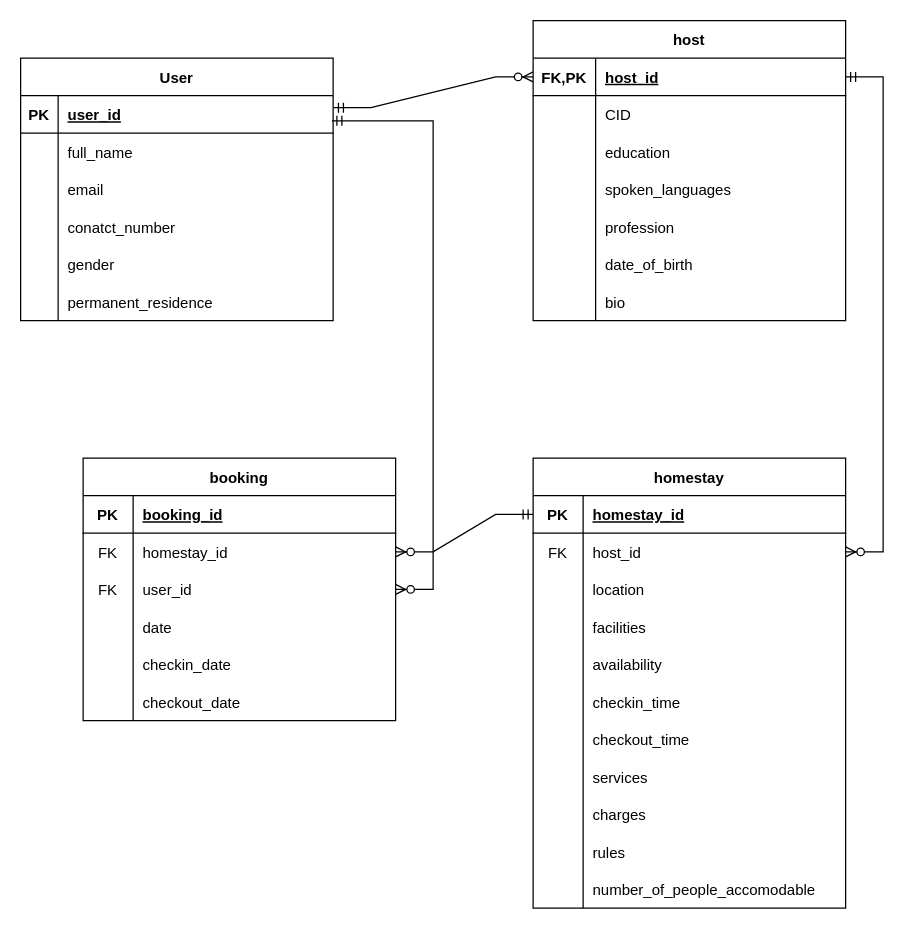
Earlier version of the draw.io diagram database/ERD.drawio (tenze21/homestay-booking-app-). Source tidied: cells renumbered, new cells numbered last; positions are measured from the earlier drawing's top-left corner, leaving out a move shared by most shapes. Both pictures are drawn from the tidied source at 125%, with x=0, y=0 at pixel (20, 20).
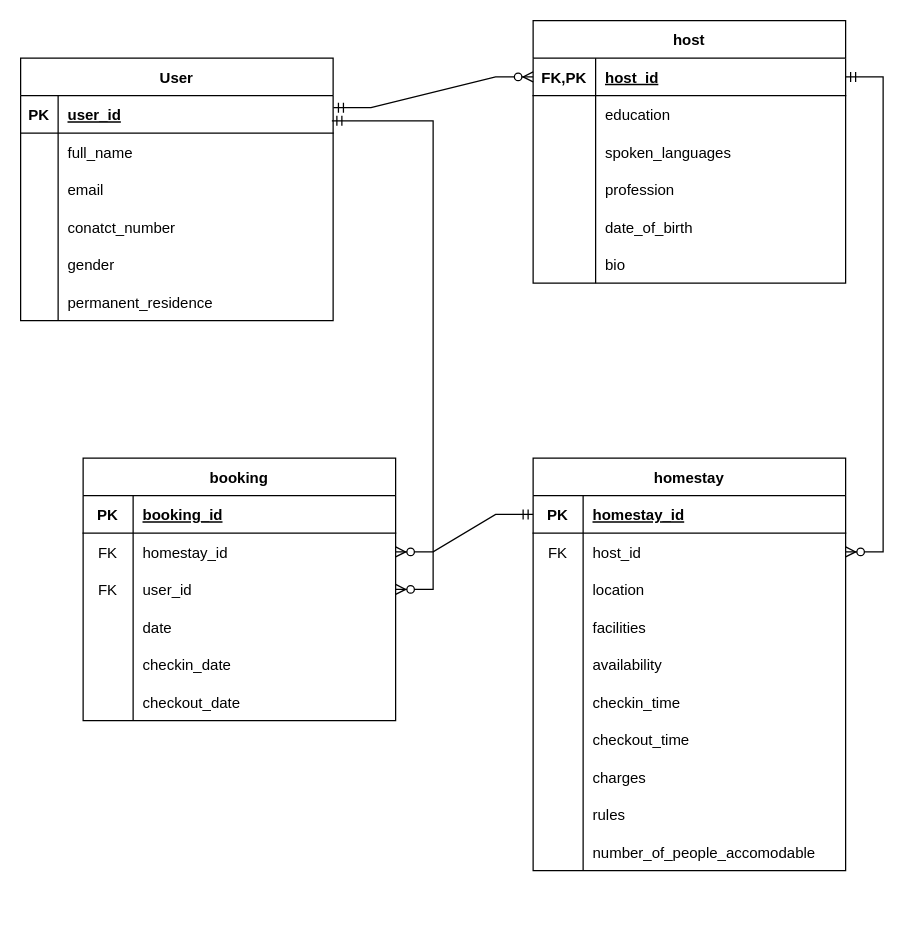
Above is the later version.

Diff of the diagram source:
```diff
@@
     <mxCell id="21" value="host" style="shape=table;startSize=30;childLayout=tableLayout;rowLines=0;fontStyle=1;align=center;" parent="1" vertex="1">
-      <mxGeometry x="410" width="250" height="240" as="geometry" />
+      <mxGeometry x="410" width="250" height="210" as="geometry" />
     </mxCell>
@@
-    <mxCell id="25" style="shape=partialRectangle;fillColor=none;top=0;left=0;right=0;bottom=0;" parent="21" vertex="1">
-      <mxGeometry y="60" width="250" height="30" as="geometry" />
-    </mxCell>
-    <mxCell id="26" style="shape=partialRectangle;overflow=hidden;fillColor=none;top=0;left=0;bottom=0;right=0;" parent="25" vertex="1">
-      <mxGeometry width="50" height="30" as="geometry" />
-    </mxCell>
-    <mxCell id="27" value="CID" style="shape=partialRectangle;overflow=hidden;fillColor=none;top=0;left=0;bottom=0;right=0;align=left;spacingLeft=6;" parent="25" vertex="1">
-      <mxGeometry x="50" width="200" height="30" as="geometry" />
-    </mxCell>
     <mxCell id="28" style="shape=partialRectangle;fillColor=none;top=0;left=0;right=0;bottom=0;" parent="21" vertex="1">
-      <mxGeometry y="90" width="250" height="30" as="geometry" />
+      <mxGeometry y="60" width="250" height="30" as="geometry" />
     </mxCell>
@@
     <mxCell id="31" style="shape=partialRectangle;fillColor=none;top=0;left=0;right=0;bottom=0;" parent="21" vertex="1">
-      <mxGeometry y="120" width="250" height="30" as="geometry" />
+      <mxGeometry y="90" width="250" height="30" as="geometry" />
     </mxCell>
@@
     <mxCell id="34" style="shape=partialRectangle;fillColor=none;top=0;left=0;right=0;bottom=0;" parent="21" vertex="1">
-      <mxGeometry y="150" width="250" height="30" as="geometry" />
+      <mxGeometry y="120" width="250" height="30" as="geometry" />
     </mxCell>
@@
     <mxCell id="37" style="shape=partialRectangle;fillColor=none;top=0;left=0;right=0;bottom=0;" parent="21" vertex="1">
-      <mxGeometry y="180" width="250" height="30" as="geometry" />
+      <mxGeometry y="150" width="250" height="30" as="geometry" />
     </mxCell>
@@
     <mxCell id="40" style="shape=partialRectangle;fillColor=none;top=0;left=0;right=0;bottom=0;" parent="21" vertex="1">
-      <mxGeometry y="210" width="250" height="30" as="geometry" />
+      <mxGeometry y="180" width="250" height="30" as="geometry" />
     </mxCell>
@@
     <mxCell id="43" value="homestay" style="shape=table;startSize=30;childLayout=tableLayout;rowLines=0;fontStyle=1;align=center;" parent="1" vertex="1">
-      <mxGeometry x="410" y="350" width="250" height="360" as="geometry" />
+      <mxGeometry x="410" y="350" width="250" height="330" as="geometry" />
     </mxCell>
@@
-    <mxCell id="65" style="shape=partialRectangle;fillColor=none;top=0;left=0;right=0;bottom=0;" parent="43" vertex="1">
-      <mxGeometry y="240" width="250" height="30" as="geometry" />
-    </mxCell>
-    <mxCell id="66" style="shape=partialRectangle;overflow=hidden;fillColor=none;top=0;left=0;bottom=0;right=0;" parent="65" vertex="1">
-      <mxGeometry width="40" height="30" as="geometry" />
-    </mxCell>
-    <mxCell id="67" value="services" style="shape=partialRectangle;overflow=hidden;fillColor=none;top=0;left=0;bottom=0;right=0;align=left;spacingLeft=6;" parent="65" vertex="1">
-      <mxGeometry x="40" width="210" height="30" as="geometry" />
-    </mxCell>
     <mxCell id="68" style="shape=partialRectangle;fillColor=none;top=0;left=0;right=0;bottom=0;" parent="43" vertex="1">
-      <mxGeometry y="270" width="250" height="30" as="geometry" />
+      <mxGeometry y="240" width="250" height="30" as="geometry" />
     </mxCell>
@@
     <mxCell id="71" style="shape=partialRectangle;fillColor=none;top=0;left=0;right=0;bottom=0;" parent="43" vertex="1">
-      <mxGeometry y="300" width="250" height="30" as="geometry" />
+      <mxGeometry y="270" width="250" height="30" as="geometry" />
     </mxCell>
@@
     <mxCell id="74" style="shape=partialRectangle;fillColor=none;top=0;left=0;right=0;bottom=0;" parent="43" vertex="1">
-      <mxGeometry y="330" width="250" height="30" as="geometry" />
+      <mxGeometry y="300" width="250" height="30" as="geometry" />
     </mxCell>
```
